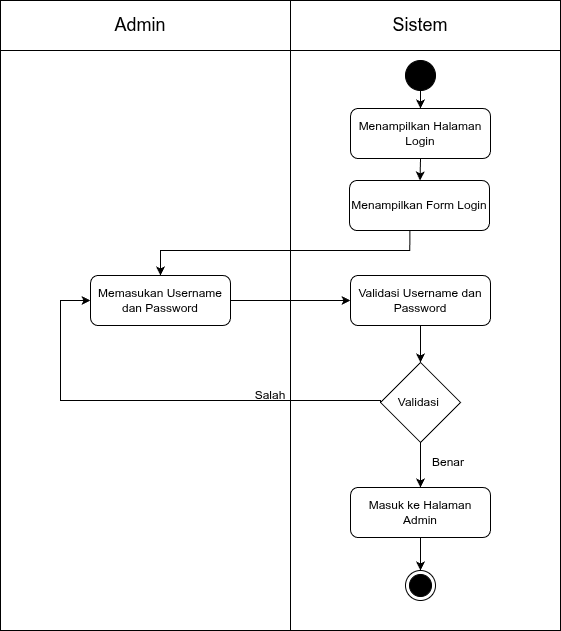
Above: diagram/activity/admin/login-admin.png in RajaSunrise/kangkungku (draw.io), before the change. Source tidied: cells renumbered, new cells last; positions are measured from the earlier drawing's top-left corner, leaving out a move shared by most shapes.
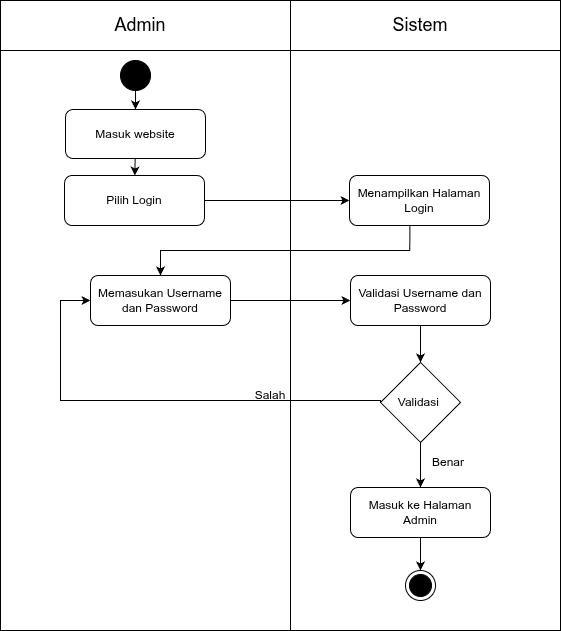
The same diagram one commit later.

Change to the diagram source:
```diff
@@ -11,18 +11,12 @@
     <mxCell id="4" value="Sistem" style="text;html=1;whiteSpace=wrap;strokeColor=none;fillColor=none;align=center;verticalAlign=middle;rounded=0;fontSize=18;" parent="1" vertex="1">
       <mxGeometry x="370" y="10" width="100" height="30" as="geometry" />
     </mxCell>
+    <mxCell id="23" style="edgeStyle=none;html=1;exitX=0.5;exitY=1;exitDx=0;exitDy=0;" parent="1" edge="1" source="5" target="25">
+      <mxGeometry relative="1" as="geometry" />
+    </mxCell>
     <mxCell id="5" style="ellipse;whiteSpace=wrap;html=1;strokeColor=light-dark(#000000,#000000);fillColor=#000000;fillStyle=auto;" parent="1" vertex="1">
-      <mxGeometry x="405" y="60" width="30" height="30" as="geometry" />
+      <mxGeometry x="120" y="60" width="30" height="30" as="geometry" />
     </mxCell>
-    <mxCell id="6" style="endArrow=classic;html=1;exitX=0.5;exitY=1;exitDx=0;exitDy=0;entryX=0.5;entryY=0;entryDx=0;entryDy=0;edgeStyle=orthogonalEdgeStyle;rounded=0;" parent="1" edge="1" source="5" target="8">
-      <mxGeometry relative="1" as="geometry" />
-    </mxCell>
-    <mxCell id="7" style="edgeStyle=none;html=1;exitX=0.5;exitY=1;exitDx=0;exitDy=0;" parent="1" edge="1" source="8" target="21">
-      <mxGeometry relative="1" as="geometry" />
-    </mxCell>
-    <mxCell id="8" value="Menampilkan Halaman Login" style="rounded=1;whiteSpace=wrap;html=1;" parent="1" vertex="1">
-      <mxGeometry x="350" y="108" width="140" height="50" as="geometry" />
-    </mxCell>
     <mxCell id="9" value="Memasukan Username dan Password" style="rounded=1;whiteSpace=wrap;html=1;" parent="1" vertex="1">
       <mxGeometry x="90" y="275" width="140" height="50" as="geometry" />
     </mxCell>
@@ -65,8 +59,8 @@
     <mxCell id="20" style="endArrow=classic;html=1;exitX=0.5;exitY=1;exitDx=0;exitDy=0;entryX=0.5;entryY=0;entryDx=0;entryDy=0;edgeStyle=orthogonalEdgeStyle;rounded=0;" parent="1" edge="1" source="17" target="19">
       <mxGeometry relative="1" as="geometry" />
     </mxCell>
-    <mxCell id="21" value="Menampilkan Form Login" style="rounded=1;whiteSpace=wrap;html=1;" parent="1" vertex="1">
-      <mxGeometry x="349" y="180" width="140" height="50" as="geometry" />
+    <mxCell id="21" value="Menampilkan Halaman Login" style="rounded=1;whiteSpace=wrap;html=1;" parent="1" vertex="1">
+      <mxGeometry x="349" y="175" width="140" height="50" as="geometry" />
     </mxCell>
     <mxCell id="22" style="endArrow=classic;html=1;exitX=0.431;exitY=1.008;exitDx=0;exitDy=0;exitDx=0;exitDy=0;edgeStyle=orthogonalEdgeStyle;rounded=0;exitPerimeter=0;entryX=0.5;entryY=0;entryDx=0;entryDy=0;" parent="1" edge="1" source="21" target="9">
       <mxGeometry relative="1" as="geometry">
@@ -76,5 +70,17 @@
         </Array>
       </mxGeometry>
     </mxCell>
+    <mxCell id="24" style="edgeStyle=none;html=1;" parent="1" edge="1" source="25" target="27">
+      <mxGeometry relative="1" as="geometry" />
+    </mxCell>
+    <mxCell id="25" value="Masuk website" style="rounded=1;whiteSpace=wrap;html=1;" parent="1" vertex="1">
+      <mxGeometry x="65" y="109" width="140" height="49" as="geometry" />
+    </mxCell>
+    <mxCell id="26" style="edgeStyle=none;html=1;entryX=0;entryY=0.5;entryDx=0;entryDy=0;" parent="1" edge="1" source="27" target="21">
+      <mxGeometry relative="1" as="geometry" />
+    </mxCell>
+    <mxCell id="27" value="Pilih Login" style="rounded=1;whiteSpace=wrap;html=1;" parent="1" vertex="1">
+      <mxGeometry x="64" y="175" width="140" height="50" as="geometry" />
+    </mxCell>
   </root>
 </mxGraphModel>
```
